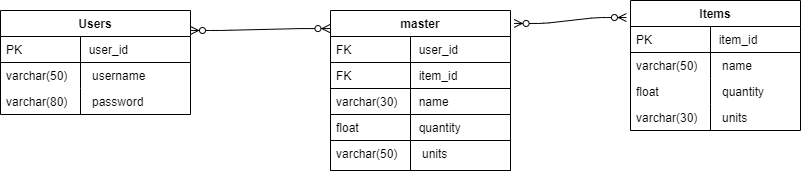
Above: images/ERD_diagram.draw.io.png in MattCrutchley/shoppinglist (draw.io), before the change. Source tidied: cells renumbered, new cells last; positions are measured from the earlier drawing's top-left corner, leaving out a move shared by most shapes.
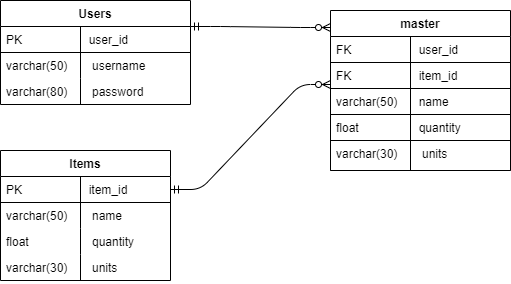
The same diagram one commit later.

Diff of the diagram source:
```diff
@@ -24,7 +24,7 @@
       <mxGeometry width="80" height="26" as="geometry" />
     </mxCell>
     <mxCell id="9" value="master" style="swimlane;fontStyle=1;horizontal=1;startSize=26;rounded=0;shadow=0;strokeWidth=1;" parent="1" vertex="1">
-      <mxGeometry x="330" y="10" width="180" height="160" as="geometry" />
+      <mxGeometry x="330" y="20" width="180" height="160" as="geometry" />
     </mxCell>
     <mxCell id="10" value="              user_id" style="shape=partialRectangle;top=0;left=0;right=0;bottom=1;align=left;verticalAlign=top;fillColor=none;spacingLeft=40;spacingRight=4;overflow=hidden;rounded=0;shadow=0;strokeWidth=1;fontStyle=0;" parent="9" vertex="1">
       <mxGeometry y="26" width="180" height="26" as="geometry" />
@@ -41,7 +41,7 @@
     <mxCell id="14" value="              name" style="shape=partialRectangle;top=0;left=0;right=0;bottom=1;align=left;verticalAlign=top;fillColor=none;spacingLeft=40;spacingRight=4;overflow=hidden;rounded=0;shadow=0;strokeWidth=1;fontStyle=0;" parent="9" vertex="1">
       <mxGeometry y="78" width="180" height="26" as="geometry" />
     </mxCell>
-    <mxCell id="15" value="varchar(30)" style="shape=partialRectangle;top=0;left=0;bottom=0;fillColor=none;align=left;verticalAlign=top;spacingLeft=4;spacingRight=4;overflow=hidden;" parent="14" vertex="1">
+    <mxCell id="15" value="varchar(50)" style="shape=partialRectangle;top=0;left=0;bottom=0;fillColor=none;align=left;verticalAlign=top;spacingLeft=4;spacingRight=4;overflow=hidden;" parent="14" vertex="1">
       <mxGeometry width="80" height="26" as="geometry" />
     </mxCell>
     <mxCell id="16" value="              quantity" style="shape=partialRectangle;top=0;left=0;right=0;bottom=1;align=left;verticalAlign=top;fillColor=none;spacingLeft=40;spacingRight=4;overflow=hidden;rounded=0;shadow=0;strokeWidth=1;fontStyle=0;" parent="9" vertex="1">
@@ -53,14 +53,11 @@
     <mxCell id="18" value="               units" style="shape=partialRectangle;top=0;left=0;right=0;bottom=1;align=left;verticalAlign=top;fillColor=none;spacingLeft=40;spacingRight=4;overflow=hidden;rounded=0;shadow=0;strokeWidth=1;fontStyle=0;" parent="9" vertex="1">
       <mxGeometry y="130" width="180" height="30" as="geometry" />
     </mxCell>
-    <mxCell id="19" value="varchar(50)" style="shape=partialRectangle;top=0;left=0;bottom=0;fillColor=none;align=left;verticalAlign=top;spacingLeft=4;spacingRight=4;overflow=hidden;" parent="18" vertex="1">
+    <mxCell id="19" value="varchar(30)" style="shape=partialRectangle;top=0;left=0;bottom=0;fillColor=none;align=left;verticalAlign=top;spacingLeft=4;spacingRight=4;overflow=hidden;" parent="18" vertex="1">
       <mxGeometry width="80" height="30" as="geometry" />
     </mxCell>
-    <mxCell id="20" style="edgeStyle=entityRelationEdgeStyle;fontSize=12;html=1;endArrow=ERzeroToMany;endFill=1;startArrow=ERzeroToMany;exitX=1;exitY=0.192;exitDx=0;exitDy=0;exitPerimeter=0;entryX=-0.003;entryY=0.113;entryDx=0;entryDy=0;entryPerimeter=0;" parent="1" edge="1" source="2" target="9">
-      <mxGeometry relative="1" as="geometry" />
-    </mxCell>
     <mxCell id="21" value="Items" style="swimlane;fontStyle=1;horizontal=1;startSize=26;rounded=0;shadow=0;strokeWidth=1;" parent="1" vertex="1">
-      <mxGeometry x="630" width="170" height="130" as="geometry" />
+      <mxGeometry y="160" width="170" height="130" as="geometry" />
     </mxCell>
     <mxCell id="22" value="              item_id" style="shape=partialRectangle;top=0;left=0;right=0;bottom=1;align=left;verticalAlign=top;fillColor=none;spacingLeft=40;spacingRight=4;overflow=hidden;points=[[0,0.5],[1,0.5]];portConstraint=eastwest;rounded=0;shadow=0;strokeWidth=1;fontStyle=0;" parent="21" vertex="1">
       <mxGeometry y="26" width="170" height="26" as="geometry" />
@@ -86,8 +83,13 @@
     <mxCell id="29" value="varchar(30)" style="shape=partialRectangle;top=0;left=0;bottom=0;fillColor=none;align=left;verticalAlign=top;spacingLeft=4;spacingRight=4;overflow=hidden;" parent="28" vertex="1">
       <mxGeometry width="80" height="26" as="geometry" />
     </mxCell>
-    <mxCell id="30" style="edgeStyle=entityRelationEdgeStyle;fontSize=12;html=1;endArrow=ERzeroToMany;endFill=1;startArrow=ERzeroToMany;exitX=1.02;exitY=0.081;exitDx=0;exitDy=0;exitPerimeter=0;entryX=-0.024;entryY=0.131;entryDx=0;entryDy=0;entryPerimeter=0;" parent="1" edge="1" source="9" target="21">
-      <mxGeometry relative="1" as="geometry" />
-    </mxCell>
+    <mxCell id="31" style="edgeStyle=entityRelationEdgeStyle;fontSize=12;html=1;endArrow=ERzeroToMany;startArrow=ERmandOne;exitX=1;exitY=0.25;exitDx=0;exitDy=0;" parent="1" edge="1" source="2">
+      <mxGeometry relative="1" as="geometry">
+        <mxPoint x="330" y="37" as="targetPoint" />
+      </mxGeometry>
+    </mxCell>
+    <mxCell id="32" style="edgeStyle=entityRelationEdgeStyle;fontSize=12;html=1;endArrow=ERzeroToMany;startArrow=ERmandOne;exitX=1;exitY=0.5;exitDx=0;exitDy=0;entryX=0;entryY=0.846;entryDx=0;entryDy=0;entryPerimeter=0;" parent="1" edge="1" source="22" target="12">
+      <mxGeometry relative="1" as="geometry" />
+    </mxCell>
   </root>
 </mxGraphModel>
```
